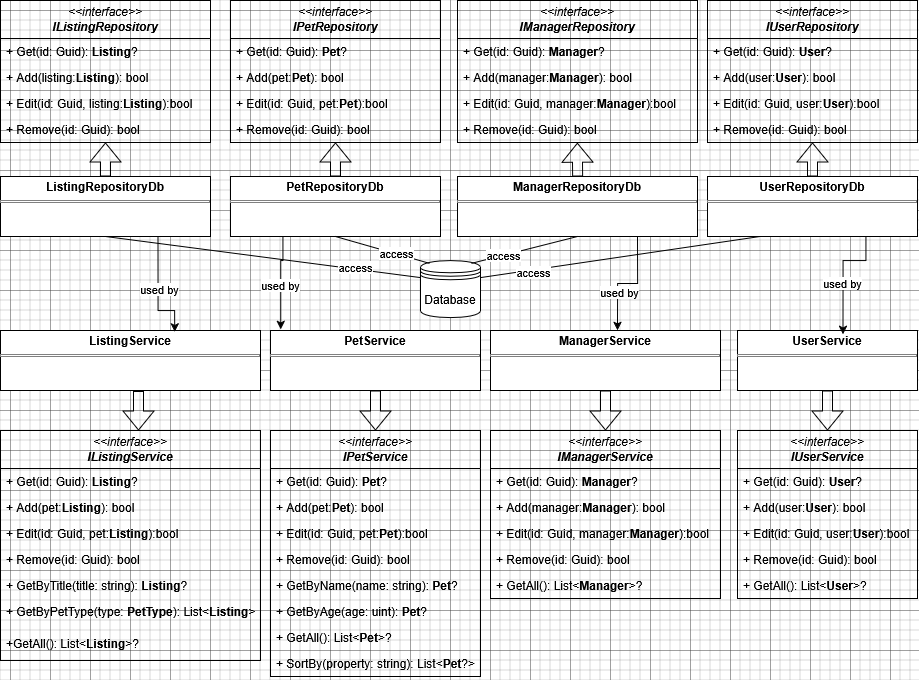
Earlier version of the draw.io export Assets/DataAccess.png (VeronikaFilippova/ASP.NET_TeamProject_CozyHouse). Source tidied: cells renumbered, new cells last; positions are measured from the earlier drawing's top-left corner, leaving out a move shared by most shapes.
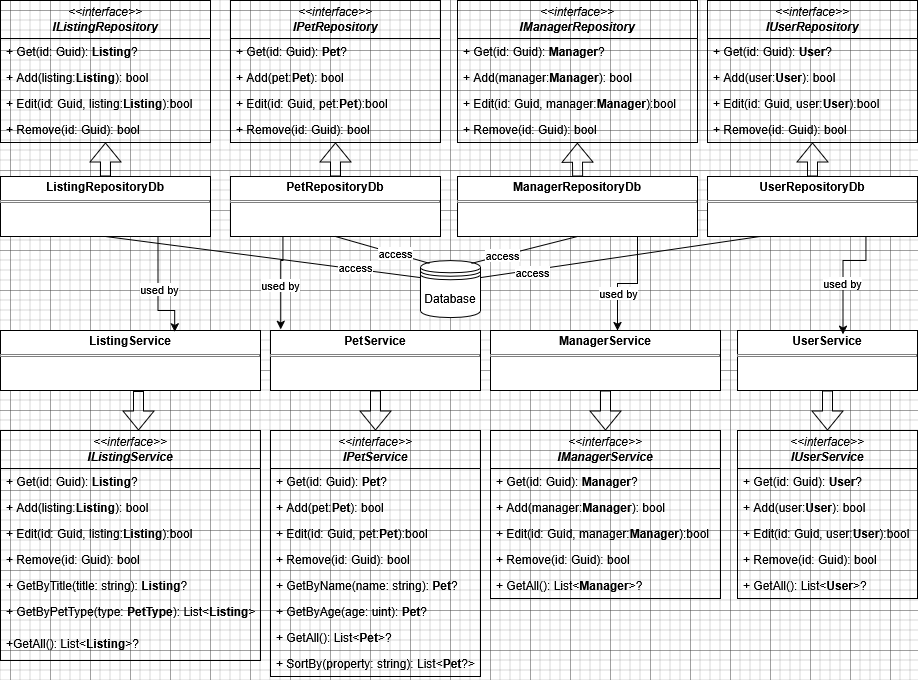
Later version of the same file.

Commit message:
Changed DataAccess Diagram

Diff of the diagram source:
```diff
@@ -122,10 +122,10 @@
     <mxCell id="41" value="+ Get(id: Guid): &lt;b&gt;Listing&lt;/b&gt;?" style="text;strokeColor=none;fillColor=none;align=left;verticalAlign=top;spacingLeft=4;spacingRight=4;overflow=hidden;whiteSpace=wrap;html=1;" parent="40" vertex="1">
       <mxGeometry y="38" width="260" height="26" as="geometry" />
     </mxCell>
-    <mxCell id="42" value="+ Add(pet:&lt;b&gt;Listing&lt;/b&gt;): bool" style="text;strokeColor=none;fillColor=none;align=left;verticalAlign=top;spacingLeft=4;spacingRight=4;overflow=hidden;whiteSpace=wrap;html=1;" parent="40" vertex="1">
+    <mxCell id="42" value="+ Add(listing:&lt;b&gt;Listing&lt;/b&gt;): bool" style="text;strokeColor=none;fillColor=none;align=left;verticalAlign=top;spacingLeft=4;spacingRight=4;overflow=hidden;whiteSpace=wrap;html=1;" parent="40" vertex="1">
       <mxGeometry y="64" width="260" height="26" as="geometry" />
     </mxCell>
-    <mxCell id="43" value="+ Edit(id: Guid, pet:&lt;b&gt;Listing&lt;/b&gt;):bool" style="text;strokeColor=none;fillColor=none;align=left;verticalAlign=top;spacingLeft=4;spacingRight=4;overflow=hidden;whiteSpace=wrap;html=1;" parent="40" vertex="1">
+    <mxCell id="43" value="+ Edit(id: Guid, listing:&lt;b&gt;Listing&lt;/b&gt;):bool" style="text;strokeColor=none;fillColor=none;align=left;verticalAlign=top;spacingLeft=4;spacingRight=4;overflow=hidden;whiteSpace=wrap;html=1;" parent="40" vertex="1">
       <mxGeometry y="90" width="260" height="26" as="geometry" />
     </mxCell>
     <mxCell id="44" value="+ Remove(id: Guid): bool" style="text;strokeColor=none;fillColor=none;align=left;verticalAlign=top;spacingLeft=4;spacingRight=4;overflow=hidden;whiteSpace=wrap;html=1;" parent="40" vertex="1">
```
